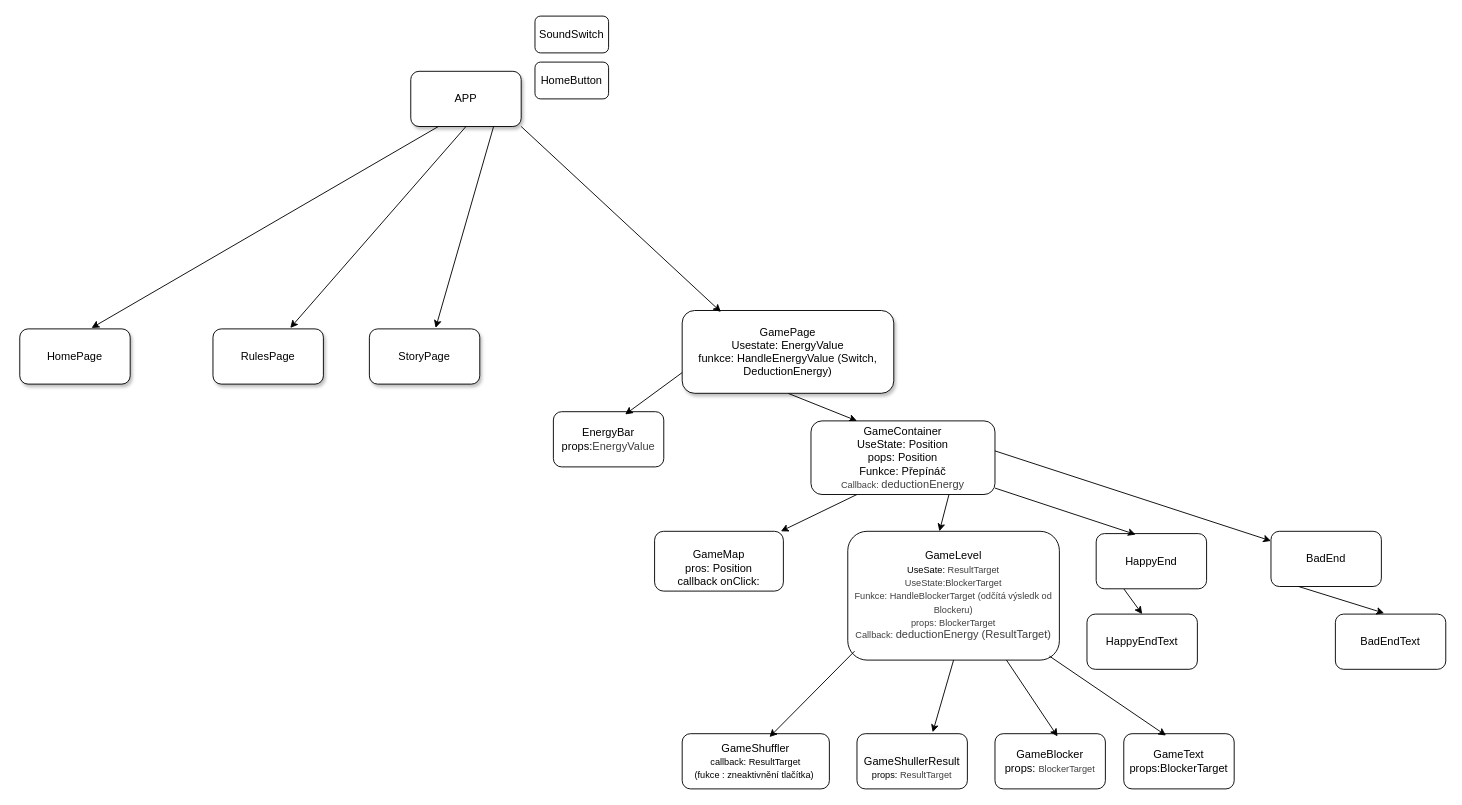
Earlier version of the draw.io diagram Astruktura/Struktura.drawio (LucieKopasova/projekt-hra). Source tidied: cells renumbered, new cells numbered last; positions are measured from the earlier drawing's top-left corner, leaving out a move shared by most shapes. Both pictures are drawn from the tidied source at 92%, with x=0, y=0 at pixel (19, 16).
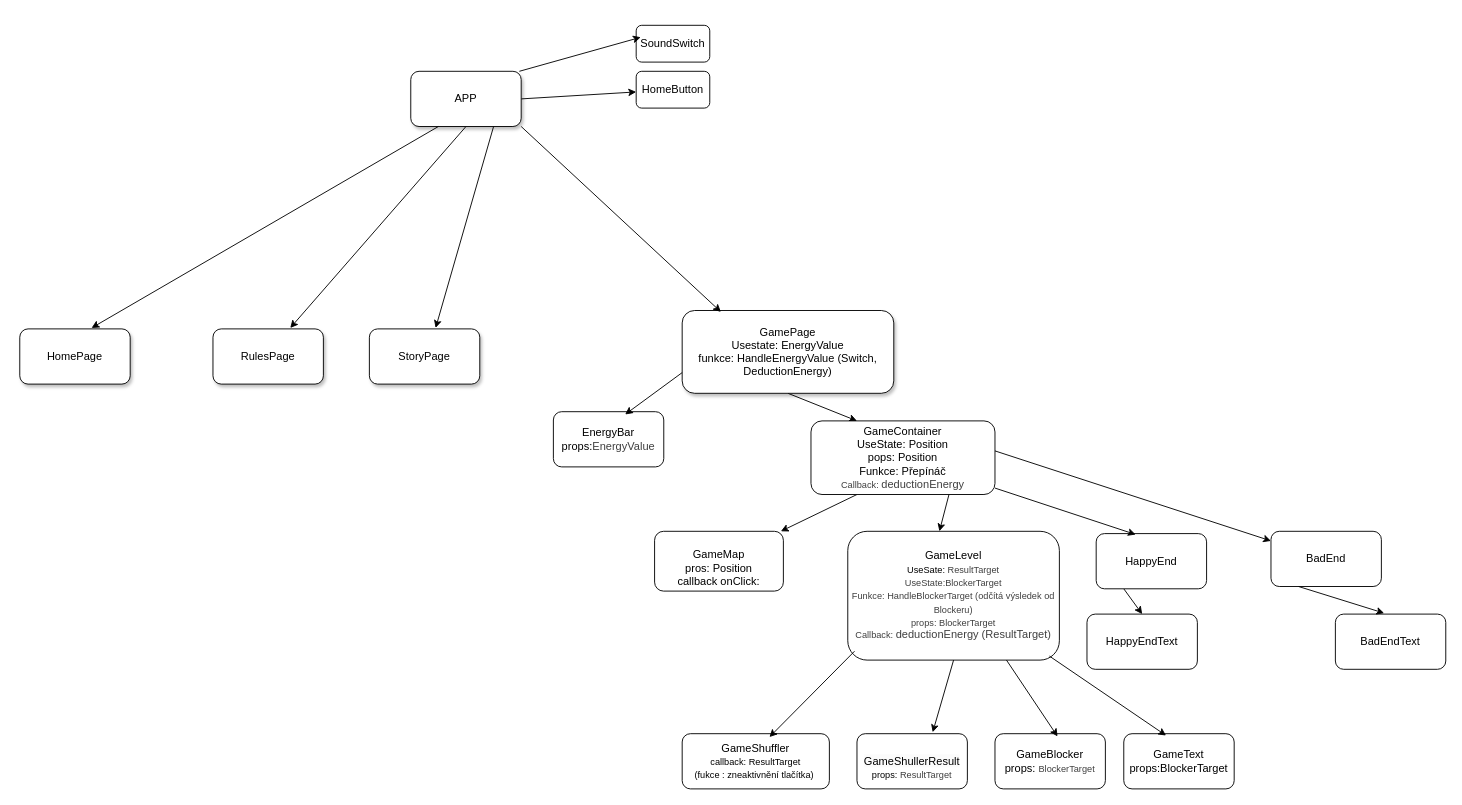
Above is the later version.

The change refers to these unchanged cells:
```xml
<mxCell id="5" value="&lt;div&gt;APP&lt;/div&gt;" style="rounded=1;whiteSpace=wrap;html=1;shadow=1;" parent="1" vertex="1">
  <mxGeometry x="425" y="60" width="120" height="60" as="geometry" />
</mxCell>
```

Diff of the diagram source:
```diff
@@
+    <mxCell id="37" style="edgeStyle=none;html=1;exitX=1;exitY=0.5;exitDx=0;exitDy=0;" parent="1" edge="1" source="5" target="34">
+      <mxGeometry relative="1" as="geometry" />
+    </mxCell>
@@
     <mxCell id="9" value="&lt;span style=&quot;color: rgb(0, 0, 0);&quot;&gt;SoundSwitch&lt;/span&gt;" style="rounded=1;whiteSpace=wrap;html=1;" parent="1" vertex="1">
-      <mxGeometry x="560" width="80" height="40" as="geometry" />
+      <mxGeometry x="670" y="10" width="80" height="40" as="geometry" />
     </mxCell>
@@
-    <mxCell id="19" value="GameLevel&lt;div&gt;&lt;font style=&quot;font-size: 10px;&quot;&gt;UseSate:&amp;nbsp;&lt;span style=&quot;color: rgb(63, 63, 63); background-color: transparent;&quot;&gt;ResultTarget&lt;/span&gt;&lt;/font&gt;&lt;/div&gt;&lt;div&gt;&lt;font style=&quot;font-size: 10px;&quot;&gt;&lt;span style=&quot;color: rgb(63, 63, 63); background-color: transparent;&quot;&gt;UseState:BlockerTarget&lt;/span&gt;&lt;/font&gt;&lt;/div&gt;&lt;div&gt;&lt;font style=&quot;font-size: 10px;&quot;&gt;&lt;span style=&quot;color: rgb(63, 63, 63); background-color: transparent;&quot;&gt;Funkce: HandleBlockerTarget (odčítá výsledk od Blockeru)&lt;/span&gt;&lt;/font&gt;&lt;/div&gt;&lt;div&gt;&lt;span style=&quot;color: rgb(63, 63, 63); background-color: transparent;&quot;&gt;&lt;font style=&quot;font-size: 10px;&quot;&gt;props:&amp;nbsp;&lt;/font&gt;&lt;/span&gt;&lt;span style=&quot;color: rgb(63, 63, 63); font-size: 10px; background-color: transparent;&quot;&gt;BlockerTarget&lt;/span&gt;&lt;/div&gt;&lt;div&gt;&lt;span style=&quot;color: rgb(63, 63, 63); background-color: transparent;&quot;&gt;&lt;font style=&quot;font-size: 10px;&quot;&gt;Callback:&amp;nbsp;&lt;/font&gt;&lt;/span&gt;&lt;span style=&quot;color: rgb(63, 63, 63); background-color: transparent;&quot;&gt;deductionEnergy (ResultTarget)&lt;/span&gt;&lt;/div&gt;" style="rounded=1;whiteSpace=wrap;html=1;" parent="1" vertex="1">
+    <mxCell id="19" value="GameLevel&lt;div&gt;&lt;font style=&quot;font-size: 10px;&quot;&gt;UseSate:&amp;nbsp;&lt;span style=&quot;color: rgb(63, 63, 63); background-color: transparent;&quot;&gt;ResultTarget&lt;/span&gt;&lt;/font&gt;&lt;/div&gt;&lt;div&gt;&lt;font style=&quot;font-size: 10px;&quot;&gt;&lt;span style=&quot;color: rgb(63, 63, 63); background-color: transparent;&quot;&gt;UseState:BlockerTarget&lt;/span&gt;&lt;/font&gt;&lt;/div&gt;&lt;div&gt;&lt;font style=&quot;font-size: 10px;&quot;&gt;&lt;span style=&quot;color: rgb(63, 63, 63); background-color: transparent;&quot;&gt;Funkce: HandleBlockerTarget (odčítá výsledek od Blockeru)&lt;/span&gt;&lt;/font&gt;&lt;/div&gt;&lt;div&gt;&lt;span style=&quot;color: rgb(63, 63, 63); background-color: transparent;&quot;&gt;&lt;font style=&quot;font-size: 10px;&quot;&gt;props:&amp;nbsp;&lt;/font&gt;&lt;/span&gt;&lt;span style=&quot;color: rgb(63, 63, 63); font-size: 10px; background-color: transparent;&quot;&gt;BlockerTarget&lt;/span&gt;&lt;/div&gt;&lt;div&gt;&lt;span style=&quot;color: rgb(63, 63, 63); background-color: transparent;&quot;&gt;&lt;font style=&quot;font-size: 10px;&quot;&gt;Callback:&amp;nbsp;&lt;/font&gt;&lt;/span&gt;&lt;span style=&quot;color: rgb(63, 63, 63); background-color: transparent;&quot;&gt;deductionEnergy (ResultTarget)&lt;/span&gt;&lt;/div&gt;" style="rounded=1;whiteSpace=wrap;html=1;" parent="1" vertex="1">
       <mxGeometry x="900" y="560" width="230" height="140" as="geometry" />
     </mxCell>
@@
     <mxCell id="34" value="HomeButton" style="rounded=1;whiteSpace=wrap;html=1;" parent="1" vertex="1">
-      <mxGeometry x="560" y="50" width="80" height="40" as="geometry" />
+      <mxGeometry x="670" y="60" width="80" height="40" as="geometry" />
     </mxCell>
@@
+    <mxCell id="38" style="edgeStyle=none;html=1;exitX=1;exitY=0;exitDx=0;exitDy=0;entryX=0.088;entryY=0.325;entryDx=0;entryDy=0;entryPerimeter=0;" parent="1" edge="1">
+      <mxGeometry relative="1" as="geometry">
+        <mxPoint x="543" y="60" as="sourcePoint" />
+        <mxPoint x="675" y="23" as="targetPoint" />
+      </mxGeometry>
+    </mxCell>
```
